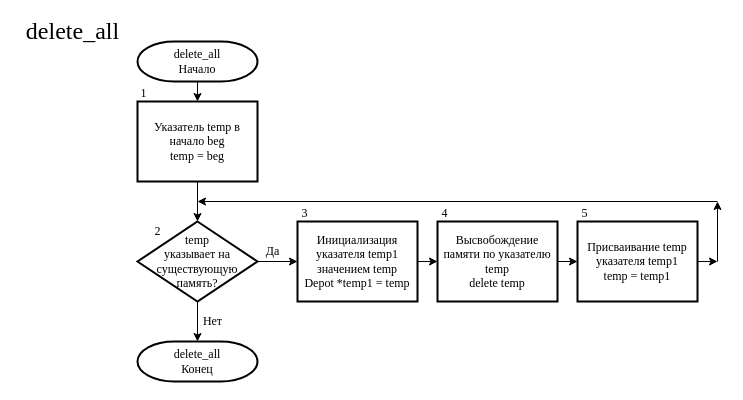
Above: page "Удаление списка" (3 of 12) of Структурные схемы для КП.drawio in noidoRG/my-draw.io (draw.io), before the change. Source tidied: cells renumbered, new cells numbered last; positions are measured from the earlier drawing's top-left corner, leaving out a move shared by most shapes. Both pictures are drawn from the tidied source at 100%, with x=0, y=0 at pixel (17, 21).
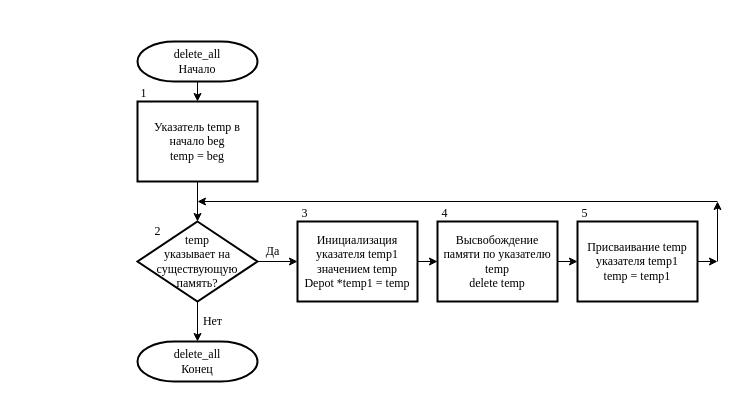
The same page after the edit.

What changed in the source:
```diff
@@
-    <mxCell id="2" value="&lt;font style=&quot;font-size: 24px&quot;&gt;delete_all&lt;/font&gt;" style="text;html=1;align=center;verticalAlign=middle;strokeColor=none;fillColor=none;fontSize=12;fontFamily=Times New Roman;" parent="1" vertex="1">
-      <mxGeometry width="110" height="20" as="geometry" />
-    </mxCell>
```
